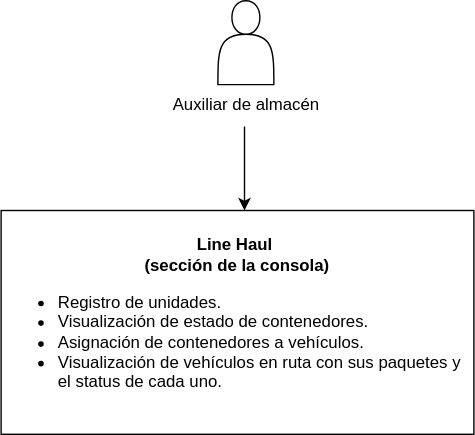
This is Diagrama C1 Line Haul.svg from dani99m/Diagramas, a draw.io export, as it was before one commit. Source tidied: cells renumbered, new cells last; positions are measured from the earlier drawing's top-left corner, leaving out a move shared by most shapes.
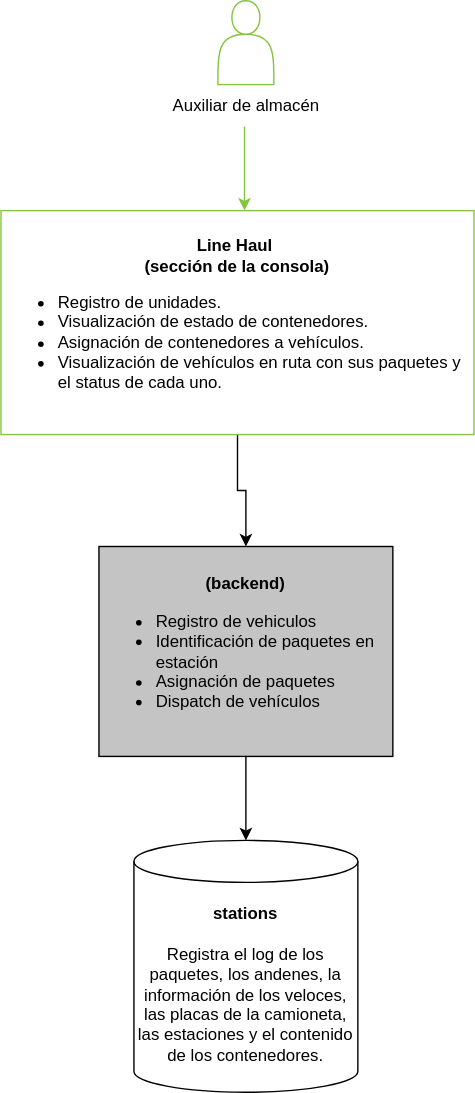
The same file after the commit.

The edit, as a diff of the source:
```diff
@@ -2,13 +2,13 @@
   <root>
     <mxCell id="0" />
     <mxCell id="1" parent="0" />
-    <mxCell id="2" style="shape=actor;whiteSpace=wrap;html=1;" parent="1" vertex="1">
+    <mxCell id="2" style="shape=actor;whiteSpace=wrap;html=1;strokeColor=#85C440;" parent="1" vertex="1">
       <mxGeometry x="155" width="40" height="60" as="geometry" />
     </mxCell>
     <mxCell id="3" value="Auxiliar de almacén" style="text;html=1;align=center;verticalAlign=middle;strokeColor=none;fillColor=none;" parent="1" vertex="1">
       <mxGeometry x="110" y="60" width="130" height="30" as="geometry" />
     </mxCell>
-    <mxCell id="4" style="endArrow=classic;html=1;rounded=0;" parent="1" edge="1">
+    <mxCell id="4" style="endArrow=classic;html=1;rounded=0;strokeColor=#85C440;" parent="1" edge="1">
       <mxGeometry relative="1" as="geometry">
         <mxPoint x="174" y="90" as="sourcePoint" />
         <mxPoint x="174" y="150" as="targetPoint" />
@@ -17,8 +17,25 @@
         </Array>
       </mxGeometry>
     </mxCell>
+    <mxCell id="6" style="edgeStyle=orthogonalEdgeStyle;rounded=0;jettySize=auto;html=1;entryX=0.5;entryY=0;entryDx=0;entryDy=0;" parent="1" edge="1" source="5" target="9">
+      <mxGeometry relative="1" as="geometry" />
+    </mxCell>
-    <mxCell id="5" value="&lt;b style=&quot;background-color: initial;&quot;&gt;Line Haul&amp;nbsp;&lt;br&gt;(sección de la consola)&lt;br&gt;&lt;/b&gt;&lt;ul&gt;&lt;li style=&quot;text-align: left;&quot;&gt;Registro de unidades.&lt;/li&gt;&lt;li style=&quot;text-align: left;&quot;&gt;Visualización de estado de contenedores.&lt;/li&gt;&lt;li style=&quot;text-align: left;&quot;&gt;Asignación de contenedores a vehículos.&lt;/li&gt;&lt;li style=&quot;text-align: left;&quot;&gt;Visualización de vehículos en ruta con sus paquetes y el status de cada uno.&lt;/li&gt;&lt;/ul&gt;" style="rounded=0;whiteSpace=wrap;html=1;" parent="1" vertex="1">
+    <mxCell id="5" value="&lt;b style=&quot;background-color: initial;&quot;&gt;Line Haul&amp;nbsp;&lt;br&gt;(sección de la consola)&lt;br&gt;&lt;/b&gt;&lt;ul&gt;&lt;li style=&quot;text-align: left;&quot;&gt;Registro de unidades.&lt;/li&gt;&lt;li style=&quot;text-align: left;&quot;&gt;Visualización de estado de contenedores.&lt;/li&gt;&lt;li style=&quot;text-align: left;&quot;&gt;Asignación de contenedores a vehículos.&lt;/li&gt;&lt;li style=&quot;text-align: left;&quot;&gt;Visualización de vehículos en ruta con sus paquetes y el status de cada uno.&lt;/li&gt;&lt;/ul&gt;" style="rounded=0;whiteSpace=wrap;html=1;strokeColor=#85C440;" parent="1" vertex="1">
       <mxGeometry y="150" width="338" height="160" as="geometry" />
     </mxCell>
+    <mxCell id="7" value="&lt;span style=&quot;background-color: initial; text-align: left;&quot;&gt;&lt;b&gt;stations&lt;br&gt;&lt;/b&gt;&lt;br&gt;Registra el log de los paquetes, los andenes, la información de los veloces, las placas de la camioneta, las estaciones y el contenido de los contenedores.&lt;/span&gt;" style="shape=cylinder3;whiteSpace=wrap;html=1;boundedLbl=1;backgroundOutline=1;size=15;" parent="1" vertex="1">
+      <mxGeometry x="95" y="600" width="160" height="180" as="geometry" />
+    </mxCell>
+    <mxCell id="8" style="edgeStyle=orthogonalEdgeStyle;rounded=0;jettySize=auto;html=1;entryX=0.5;entryY=0;entryDx=0;entryDy=0;entryPerimeter=0;" parent="1" edge="1" source="9" target="7">
+      <mxGeometry relative="1" as="geometry">
+        <Array as="points">
+          <mxPoint x="175" y="530" />
+          <mxPoint x="175" y="530" />
+        </Array>
+      </mxGeometry>
+    </mxCell>
+    <mxCell id="9" value="&lt;b&gt;(backend)&lt;/b&gt;&lt;br&gt;&lt;div style=&quot;text-align: left;&quot;&gt;&lt;ul&gt;&lt;li&gt;Registro de vehiculos&lt;/li&gt;&lt;li&gt;Identificación de paquetes en estación&lt;/li&gt;&lt;li&gt;Asignación de paquetes&lt;/li&gt;&lt;li&gt;Dispatch de vehículos&lt;/li&gt;&lt;/ul&gt;&lt;/div&gt;" style="rounded=0;whiteSpace=wrap;html=1;fillColor=#C4C4C4;" parent="1" vertex="1">
+      <mxGeometry x="70" y="390" width="210" height="150" as="geometry" />
+    </mxCell>
   </root>
 </mxGraphModel>
```
